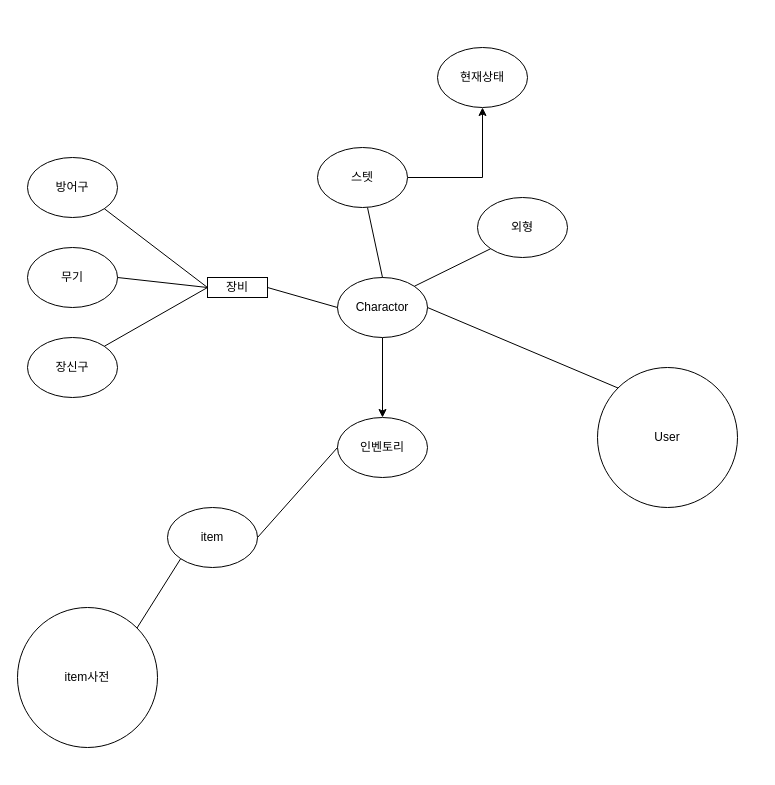
The draw.io diagram page "마인드맵" (1 of 2) of doc/설계_마인드맵.drawio in tjsahr0099/dev, before the edit. Source tidied: cells renumbered, new cells numbered last; positions are measured from the earlier drawing's top-left corner, leaving out a move shared by most shapes. Both pictures are drawn from the tidied source at 100%, with x=0, y=0 at pixel (17, 47).
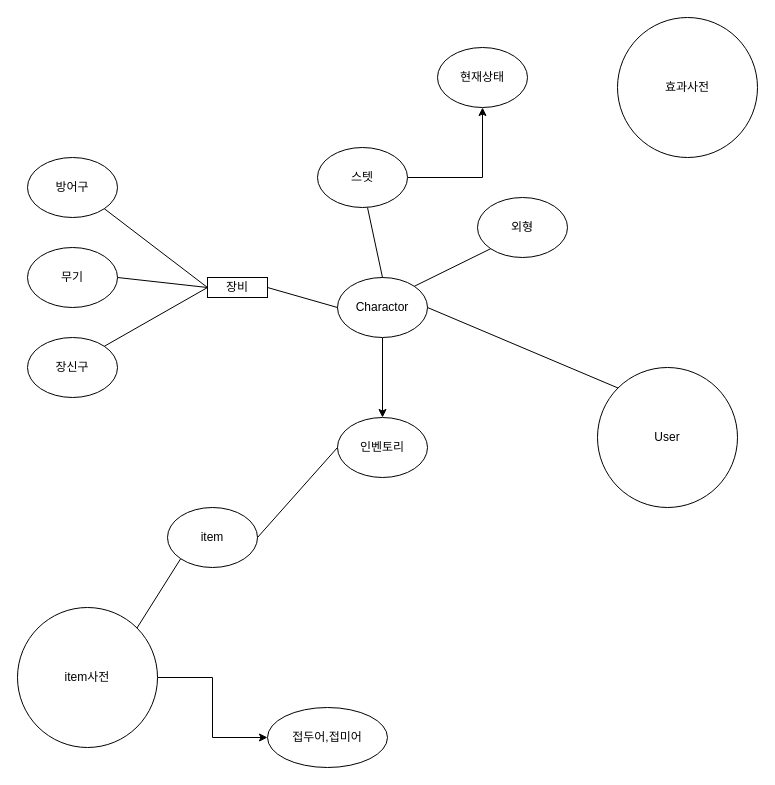
The same diagram, later.

Unchanged cells that the change refers to:
```xml
<mxCell id="22" value="item사전" style="ellipse;whiteSpace=wrap;html=1;" parent="1" vertex="1">
  <mxGeometry y="560" width="140" height="140" as="geometry" />
</mxCell>
```

Diff of the diagram source:
```diff
@@
+    <mxCell id="25" style="edgeStyle=orthogonalEdgeStyle;rounded=0;jettySize=auto;html=1;" parent="1" edge="1" source="22" target="26">
+      <mxGeometry relative="1" as="geometry" />
+    </mxCell>
@@
+    <mxCell id="26" value="접두어,접미어" style="ellipse;whiteSpace=wrap;html=1;" parent="1" vertex="1">
+      <mxGeometry x="250" y="660" width="120" height="60" as="geometry" />
+    </mxCell>
+    <mxCell id="27" value="효과사전" style="ellipse;whiteSpace=wrap;html=1;" parent="1" vertex="1">
+      <mxGeometry x="600" y="-30" width="140" height="140" as="geometry" />
+    </mxCell>
```
